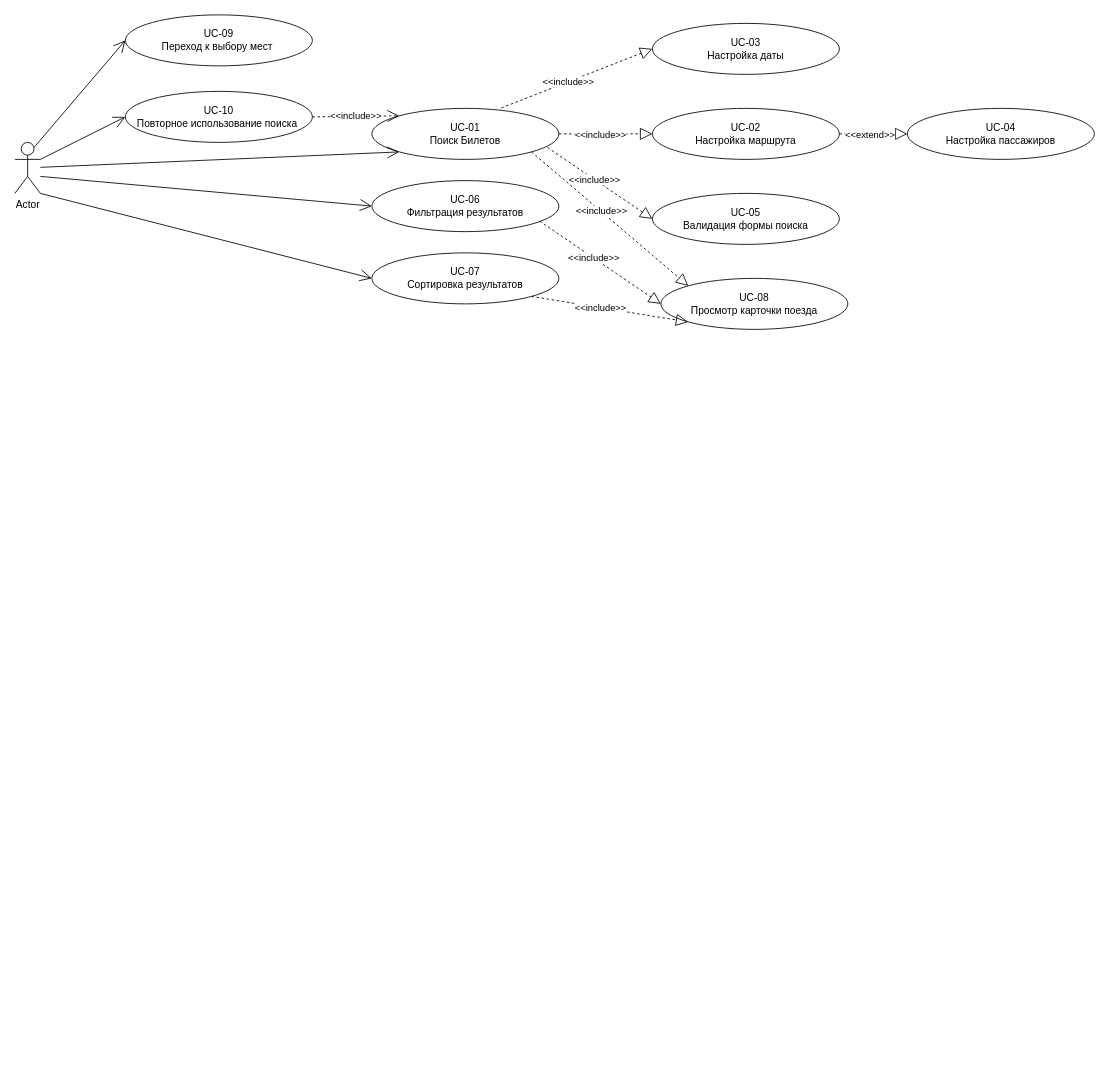
Above: Lab3/docs/ТПО_Лаб3.drawio in Undefned/Software_Testing_2026 (draw.io), before the change. Source tidied: cells renumbered, new cells numbered last; positions are measured from the earlier drawing's top-left corner, leaving out a move shared by most shapes. Both pictures are drawn from the tidied source at 85%, with x=0, y=0 at pixel (14, 14).
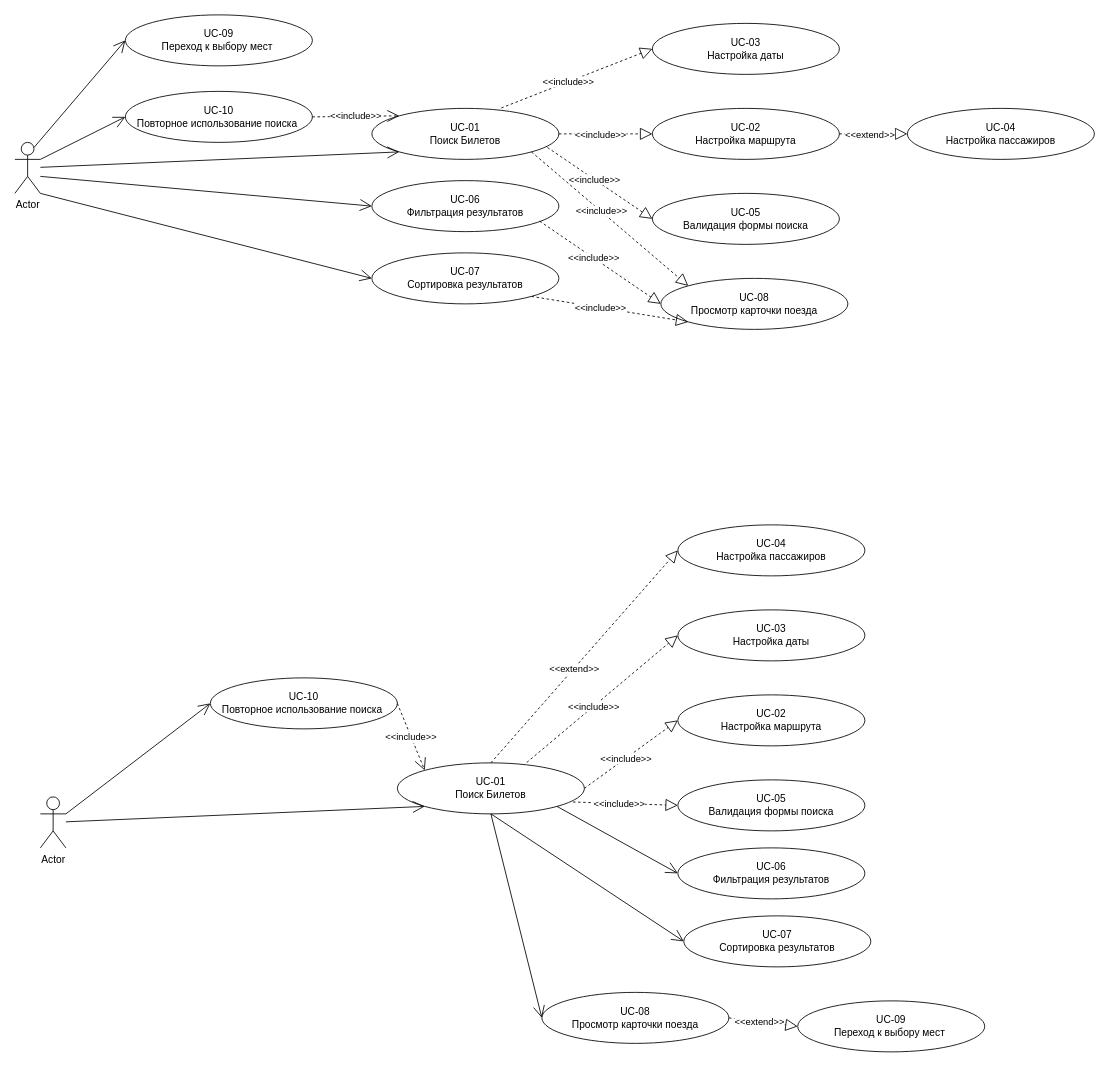
The same page after the edit.

Change to the diagram source:
```diff
@@
+    <mxCell id="33" value="Actor" style="shape=umlActor;verticalLabelPosition=bottom;verticalAlign=top;html=1;outlineConnect=0;" parent="1" vertex="1">
+      <mxGeometry x="30" y="920" width="30" height="60" as="geometry" />
+    </mxCell>
+    <mxCell id="34" value="UC-09&lt;div&gt;Переход к выбору мест&amp;nbsp;&lt;/div&gt;" style="ellipse;whiteSpace=wrap;html=1;" parent="1" vertex="1">
+      <mxGeometry x="921" y="1160" width="220" height="60" as="geometry" />
+    </mxCell>
+    <mxCell id="35" value="UC-10&lt;div&gt;Повторное использование поиска&amp;nbsp;&lt;/div&gt;" style="ellipse;whiteSpace=wrap;html=1;" parent="1" vertex="1">
+      <mxGeometry x="230" y="780" width="220" height="60" as="geometry" />
+    </mxCell>
+    <mxCell id="36" value="UC-01&lt;div&gt;Поиск Билетов&lt;/div&gt;" style="ellipse;whiteSpace=wrap;html=1;" parent="1" vertex="1">
+      <mxGeometry x="450" y="880" width="220" height="60" as="geometry" />
+    </mxCell>
+    <mxCell id="37" value="UC-06&lt;div&gt;Фильтрация результатов&lt;/div&gt;" style="ellipse;whiteSpace=wrap;html=1;" parent="1" vertex="1">
+      <mxGeometry x="780" y="980" width="220" height="60" as="geometry" />
+    </mxCell>
+    <mxCell id="38" value="UC-07&lt;div&gt;Сортировка результатов&lt;/div&gt;" style="ellipse;whiteSpace=wrap;html=1;" parent="1" vertex="1">
+      <mxGeometry x="787" y="1060" width="220" height="60" as="geometry" />
+    </mxCell>
+    <mxCell id="39" value="UC-03&lt;div&gt;Настройка даты&lt;/div&gt;" style="ellipse;whiteSpace=wrap;html=1;" parent="1" vertex="1">
+      <mxGeometry x="780" y="700" width="220" height="60" as="geometry" />
+    </mxCell>
+    <mxCell id="40" value="UC-02&lt;div&gt;Настройка маршрута&lt;/div&gt;" style="ellipse;whiteSpace=wrap;html=1;" parent="1" vertex="1">
+      <mxGeometry x="780" y="800" width="220" height="60" as="geometry" />
+    </mxCell>
+    <mxCell id="41" value="UC-05&lt;div&gt;Валидация формы поиска&lt;/div&gt;" style="ellipse;whiteSpace=wrap;html=1;" parent="1" vertex="1">
+      <mxGeometry x="780" y="900" width="220" height="60" as="geometry" />
+    </mxCell>
+    <mxCell id="42" value="UC-08&lt;div&gt;Просмотр карточки поезда&lt;/div&gt;" style="ellipse;whiteSpace=wrap;html=1;" parent="1" vertex="1">
+      <mxGeometry x="620" y="1150" width="220" height="60" as="geometry" />
+    </mxCell>
+    <mxCell id="43" value="UC-04&lt;div&gt;Настройка пассажиров&lt;/div&gt;" style="ellipse;whiteSpace=wrap;html=1;" parent="1" vertex="1">
+      <mxGeometry x="780" y="600" width="220" height="60" as="geometry" />
+    </mxCell>
+    <mxCell id="44" value="&amp;lt;&amp;lt;include&amp;gt;&amp;gt;" style="endArrow=open;endSize=12;dashed=1;html=1;rounded=0;exitX=1;exitY=0.5;exitDx=0;exitDy=0;entryX=0;entryY=0;entryDx=0;entryDy=0;" parent="1" edge="1" source="35" target="36">
+      <mxGeometry relative="1" as="geometry" />
+    </mxCell>
+    <mxCell id="45" style="endArrow=block;dashed=1;endFill=0;endSize=12;html=1;rounded=0;exitX=0.692;exitY=-0.008;exitDx=0;exitDy=0;exitPerimeter=0;entryX=0;entryY=0.5;entryDx=0;entryDy=0;" parent="1" edge="1" source="36" target="39">
+      <mxGeometry relative="1" as="geometry" />
+    </mxCell>
+    <mxCell id="46" value="&amp;lt;&amp;lt;include&amp;gt;&amp;gt;" style="edgeLabel;html=1;align=center;verticalAlign=middle;" parent="45" vertex="1">
+      <mxGeometry x="-0.12" relative="1" as="geometry" />
+    </mxCell>
+    <mxCell id="47" style="endArrow=block;dashed=1;endFill=0;endSize=12;html=1;rounded=0;exitX=1;exitY=0.5;exitDx=0;exitDy=0;entryX=0;entryY=0.5;entryDx=0;entryDy=0;" parent="1" edge="1" source="36" target="40">
+      <mxGeometry relative="1" as="geometry" />
+    </mxCell>
+    <mxCell id="48" value="&amp;lt;&amp;lt;include&amp;gt;&amp;gt;" style="edgeLabel;html=1;align=center;verticalAlign=middle;" parent="47" vertex="1">
+      <mxGeometry x="-0.12" relative="1" as="geometry" />
+    </mxCell>
+    <mxCell id="49" style="endArrow=block;dashed=1;endFill=0;endSize=12;html=1;rounded=0;exitX=0.939;exitY=0.767;exitDx=0;exitDy=0;entryX=0;entryY=0.5;entryDx=0;entryDy=0;exitPerimeter=0;" parent="1" edge="1" source="36" target="41">
+      <mxGeometry relative="1" as="geometry" />
+    </mxCell>
+    <mxCell id="50" value="&amp;lt;&amp;lt;include&amp;gt;&amp;gt;" style="edgeLabel;html=1;align=center;verticalAlign=middle;" parent="49" vertex="1">
+      <mxGeometry x="-0.12" relative="1" as="geometry" />
+    </mxCell>
+    <mxCell id="51" style="endArrow=block;dashed=1;endFill=0;endSize=12;html=1;rounded=0;exitX=0.5;exitY=0;exitDx=0;exitDy=0;entryX=0;entryY=0.5;entryDx=0;entryDy=0;" parent="1" edge="1" source="36" target="43">
+      <mxGeometry relative="1" as="geometry" />
+    </mxCell>
+    <mxCell id="52" value="&amp;lt;&amp;lt;extend&amp;gt;&amp;gt;" style="edgeLabel;html=1;align=center;verticalAlign=middle;" parent="51" vertex="1">
+      <mxGeometry x="-0.12" relative="1" as="geometry" />
+    </mxCell>
+    <mxCell id="53" style="endArrow=open;endFill=1;endSize=12;html=1;rounded=0;exitX=1;exitY=0.3333333333333333;exitDx=0;exitDy=0;exitPerimeter=0;entryX=0;entryY=0.5;entryDx=0;entryDy=0;" parent="1" edge="1" source="33" target="35">
+      <mxGeometry relative="1" as="geometry" />
+    </mxCell>
+    <mxCell id="54" style="endArrow=open;endFill=1;endSize=12;html=1;rounded=0;entryX=0;entryY=1;entryDx=0;entryDy=0;" parent="1" edge="1" source="33" target="36">
+      <mxGeometry relative="1" as="geometry" />
+    </mxCell>
+    <mxCell id="55" style="endArrow=open;endFill=1;endSize=12;html=1;rounded=0;entryX=0;entryY=0.5;entryDx=0;entryDy=0;exitX=1;exitY=1;exitDx=0;exitDy=0;" parent="1" edge="1" source="36" target="37">
+      <mxGeometry relative="1" as="geometry" />
+    </mxCell>
+    <mxCell id="56" style="endArrow=open;endFill=1;endSize=12;html=1;rounded=0;entryX=0;entryY=0.5;entryDx=0;entryDy=0;exitX=0.5;exitY=1;exitDx=0;exitDy=0;" parent="1" edge="1" source="36" target="38">
+      <mxGeometry relative="1" as="geometry" />
+    </mxCell>
+    <mxCell id="57" style="endArrow=block;dashed=1;endFill=0;endSize=12;html=1;rounded=0;exitX=1;exitY=0.5;exitDx=0;exitDy=0;entryX=0;entryY=0.5;entryDx=0;entryDy=0;" parent="1" edge="1" source="42" target="34">
+      <mxGeometry relative="1" as="geometry" />
+    </mxCell>
+    <mxCell id="58" value="&amp;lt;&amp;lt;extend&amp;gt;&amp;gt;" style="edgeLabel;html=1;align=center;verticalAlign=middle;" parent="57" vertex="1">
+      <mxGeometry x="-0.12" relative="1" as="geometry" />
+    </mxCell>
+    <mxCell id="59" style="endArrow=open;endFill=1;endSize=12;html=1;rounded=0;entryX=0;entryY=0.5;entryDx=0;entryDy=0;exitX=0.5;exitY=1;exitDx=0;exitDy=0;" parent="1" edge="1" source="36" target="42">
+      <mxGeometry relative="1" as="geometry" />
+    </mxCell>
```
